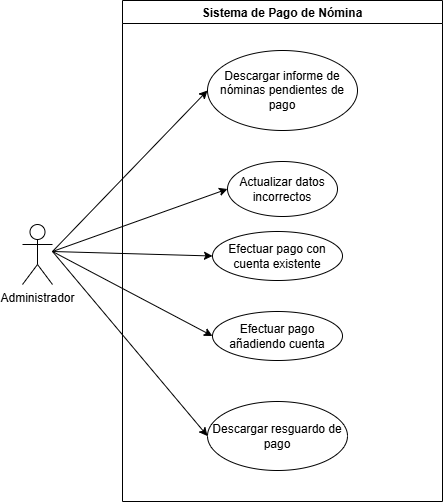
Above: assets/CasosDeUsoPagoNominas.png in gis-ir/IR2425-G1-17 (draw.io), before the change. Source tidied: cells renumbered, new cells last; positions are measured from the earlier drawing's top-left corner, leaving out a move shared by most shapes. The source it was exported from:
```xml
<mxGraphModel>
  <root>
    <mxCell id="0" />
    <mxCell id="1" parent="0" />
    <mxCell id="2" value="Administrador" style="shape=umlActor;verticalLabelPosition=bottom;verticalAlign=top;html=1;" parent="1" vertex="1">
      <mxGeometry y="224" width="30" height="60" as="geometry" />
    </mxCell>
    <mxCell id="3" value="Sistema de Pago de Nómina" style="swimlane;startSize=23;" parent="1" vertex="1">
      <mxGeometry x="100" width="320" height="501" as="geometry" />
    </mxCell>
    <mxCell id="4" value="Descargar informe de nóminas pendientes de pago" style="ellipse;whiteSpace=wrap;html=1;align=center;newEdgeStyle={&quot;edgeStyle&quot;:&quot;entityRelationEdgeStyle&quot;,&quot;startArrow&quot;:&quot;none&quot;,&quot;endArrow&quot;:&quot;none&quot;,&quot;segment&quot;:10,&quot;curved&quot;:1,&quot;sourcePerimeterSpacing&quot;:0,&quot;targetPerimeterSpacing&quot;:0};" parent="3" vertex="1">
      <mxGeometry x="85" y="50" width="150" height="80" as="geometry" />
    </mxCell>
    <mxCell id="5" value="Actualizar datos incorrectos" style="ellipse;whiteSpace=wrap;html=1;align=center;newEdgeStyle={&quot;edgeStyle&quot;:&quot;entityRelationEdgeStyle&quot;,&quot;startArrow&quot;:&quot;none&quot;,&quot;endArrow&quot;:&quot;none&quot;,&quot;segment&quot;:10,&quot;curved&quot;:1,&quot;sourcePerimeterSpacing&quot;:0,&quot;targetPerimeterSpacing&quot;:0};" parent="3" vertex="1">
      <mxGeometry x="105" y="161" width="110" height="55" as="geometry" />
    </mxCell>
    <mxCell id="6" value="Efectuar pago con cuenta existente" style="ellipse;whiteSpace=wrap;html=1;align=center;newEdgeStyle={&quot;edgeStyle&quot;:&quot;entityRelationEdgeStyle&quot;,&quot;startArrow&quot;:&quot;none&quot;,&quot;endArrow&quot;:&quot;none&quot;,&quot;segment&quot;:10,&quot;curved&quot;:1,&quot;sourcePerimeterSpacing&quot;:0,&quot;targetPerimeterSpacing&quot;:0};" parent="3" vertex="1">
      <mxGeometry x="90" y="231" width="130" height="49" as="geometry" />
    </mxCell>
    <mxCell id="7" value="Descargar resguardo de pago" style="ellipse;whiteSpace=wrap;html=1;align=center;newEdgeStyle={&quot;edgeStyle&quot;:&quot;entityRelationEdgeStyle&quot;,&quot;startArrow&quot;:&quot;none&quot;,&quot;endArrow&quot;:&quot;none&quot;,&quot;segment&quot;:10,&quot;curved&quot;:1,&quot;sourcePerimeterSpacing&quot;:0,&quot;targetPerimeterSpacing&quot;:0};" parent="3" vertex="1">
      <mxGeometry x="85" y="401" width="140" height="69" as="geometry" />
    </mxCell>
    <mxCell id="8" value="Efectuar pago añadiendo cuenta" style="ellipse;whiteSpace=wrap;html=1;align=center;newEdgeStyle={&quot;edgeStyle&quot;:&quot;entityRelationEdgeStyle&quot;,&quot;startArrow&quot;:&quot;none&quot;,&quot;endArrow&quot;:&quot;none&quot;,&quot;segment&quot;:10,&quot;curved&quot;:1,&quot;sourcePerimeterSpacing&quot;:0,&quot;targetPerimeterSpacing&quot;:0};" parent="3" vertex="1">
      <mxGeometry x="90" y="311" width="130" height="49" as="geometry" />
    </mxCell>
    <mxCell id="9" style="endArrow=classic;html=1;rounded=0;entryX=0;entryY=0.5;entryDx=0;entryDy=0;" parent="1" edge="1" target="4">
      <mxGeometry relative="1" as="geometry">
        <mxPoint x="30" y="251" as="sourcePoint" />
      </mxGeometry>
    </mxCell>
    <mxCell id="10" style="endArrow=classic;html=1;rounded=0;entryX=0;entryY=0.5;entryDx=0;entryDy=0;" parent="1" edge="1" target="5">
      <mxGeometry relative="1" as="geometry">
        <mxPoint x="30" y="251" as="sourcePoint" />
      </mxGeometry>
    </mxCell>
    <mxCell id="11" style="endArrow=classic;html=1;rounded=0;entryX=0;entryY=0.5;entryDx=0;entryDy=0;" parent="1" edge="1" target="6">
      <mxGeometry relative="1" as="geometry">
        <mxPoint x="30" y="251" as="sourcePoint" />
      </mxGeometry>
    </mxCell>
    <mxCell id="12" style="endArrow=classic;html=1;rounded=0;entryX=0;entryY=0.5;entryDx=0;entryDy=0;" parent="1" edge="1" target="7">
      <mxGeometry relative="1" as="geometry">
        <mxPoint x="30" y="251" as="sourcePoint" />
      </mxGeometry>
    </mxCell>
    <mxCell id="13" style="endArrow=classic;html=1;rounded=0;entryX=0;entryY=0.5;entryDx=0;entryDy=0;" parent="1" edge="1" target="8">
      <mxGeometry relative="1" as="geometry">
        <mxPoint x="30" y="251" as="sourcePoint" />
      </mxGeometry>
    </mxCell>
  </root>
</mxGraphModel>
```
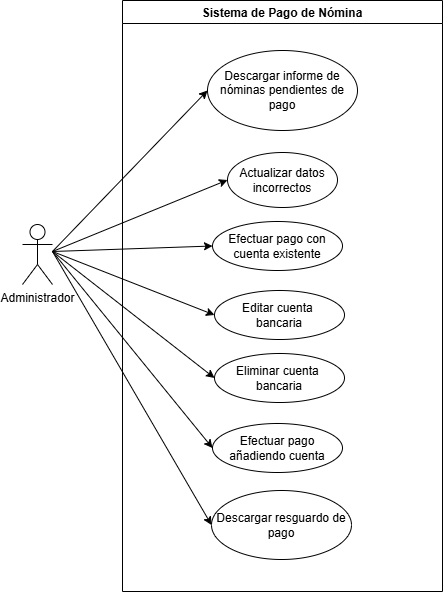
The same file after the commit.

Diff of the diagram source:
```diff
@@ -6,22 +6,22 @@
       <mxGeometry y="224" width="30" height="60" as="geometry" />
     </mxCell>
     <mxCell id="3" value="Sistema de Pago de Nómina" style="swimlane;startSize=23;" parent="1" vertex="1">
-      <mxGeometry x="100" width="320" height="501" as="geometry" />
+      <mxGeometry x="100" width="320" height="591" as="geometry" />
     </mxCell>
     <mxCell id="4" value="Descargar informe de nóminas pendientes de pago" style="ellipse;whiteSpace=wrap;html=1;align=center;newEdgeStyle={&quot;edgeStyle&quot;:&quot;entityRelationEdgeStyle&quot;,&quot;startArrow&quot;:&quot;none&quot;,&quot;endArrow&quot;:&quot;none&quot;,&quot;segment&quot;:10,&quot;curved&quot;:1,&quot;sourcePerimeterSpacing&quot;:0,&quot;targetPerimeterSpacing&quot;:0};" parent="3" vertex="1">
       <mxGeometry x="85" y="50" width="150" height="80" as="geometry" />
     </mxCell>
     <mxCell id="5" value="Actualizar datos incorrectos" style="ellipse;whiteSpace=wrap;html=1;align=center;newEdgeStyle={&quot;edgeStyle&quot;:&quot;entityRelationEdgeStyle&quot;,&quot;startArrow&quot;:&quot;none&quot;,&quot;endArrow&quot;:&quot;none&quot;,&quot;segment&quot;:10,&quot;curved&quot;:1,&quot;sourcePerimeterSpacing&quot;:0,&quot;targetPerimeterSpacing&quot;:0};" parent="3" vertex="1">
-      <mxGeometry x="105" y="161" width="110" height="55" as="geometry" />
+      <mxGeometry x="105" y="152" width="110" height="55" as="geometry" />
     </mxCell>
     <mxCell id="6" value="Efectuar pago con cuenta existente" style="ellipse;whiteSpace=wrap;html=1;align=center;newEdgeStyle={&quot;edgeStyle&quot;:&quot;entityRelationEdgeStyle&quot;,&quot;startArrow&quot;:&quot;none&quot;,&quot;endArrow&quot;:&quot;none&quot;,&quot;segment&quot;:10,&quot;curved&quot;:1,&quot;sourcePerimeterSpacing&quot;:0,&quot;targetPerimeterSpacing&quot;:0};" parent="3" vertex="1">
-      <mxGeometry x="90" y="231" width="130" height="49" as="geometry" />
+      <mxGeometry x="90" y="221" width="130" height="49" as="geometry" />
     </mxCell>
     <mxCell id="7" value="Descargar resguardo de pago" style="ellipse;whiteSpace=wrap;html=1;align=center;newEdgeStyle={&quot;edgeStyle&quot;:&quot;entityRelationEdgeStyle&quot;,&quot;startArrow&quot;:&quot;none&quot;,&quot;endArrow&quot;:&quot;none&quot;,&quot;segment&quot;:10,&quot;curved&quot;:1,&quot;sourcePerimeterSpacing&quot;:0,&quot;targetPerimeterSpacing&quot;:0};" parent="3" vertex="1">
-      <mxGeometry x="85" y="401" width="140" height="69" as="geometry" />
+      <mxGeometry x="89" y="490" width="140" height="69" as="geometry" />
     </mxCell>
     <mxCell id="8" value="Efectuar pago añadiendo cuenta" style="ellipse;whiteSpace=wrap;html=1;align=center;newEdgeStyle={&quot;edgeStyle&quot;:&quot;entityRelationEdgeStyle&quot;,&quot;startArrow&quot;:&quot;none&quot;,&quot;endArrow&quot;:&quot;none&quot;,&quot;segment&quot;:10,&quot;curved&quot;:1,&quot;sourcePerimeterSpacing&quot;:0,&quot;targetPerimeterSpacing&quot;:0};" parent="3" vertex="1">
-      <mxGeometry x="90" y="311" width="130" height="49" as="geometry" />
+      <mxGeometry x="90" y="423" width="130" height="49" as="geometry" />
     </mxCell>
     <mxCell id="9" style="endArrow=classic;html=1;rounded=0;entryX=0;entryY=0.5;entryDx=0;entryDy=0;" parent="1" edge="1" target="4">
       <mxGeometry relative="1" as="geometry">
@@ -48,5 +48,21 @@
         <mxPoint x="30" y="251" as="sourcePoint" />
       </mxGeometry>
     </mxCell>
+    <mxCell id="14" value="Editar cuenta&amp;nbsp;&lt;div&gt;bancaria&lt;/div&gt;" style="ellipse;whiteSpace=wrap;html=1;align=center;newEdgeStyle={&quot;edgeStyle&quot;:&quot;entityRelationEdgeStyle&quot;,&quot;startArrow&quot;:&quot;none&quot;,&quot;endArrow&quot;:&quot;none&quot;,&quot;segment&quot;:10,&quot;curved&quot;:1,&quot;sourcePerimeterSpacing&quot;:0,&quot;targetPerimeterSpacing&quot;:0};" parent="1" vertex="1">
+      <mxGeometry x="192" y="290" width="130" height="49" as="geometry" />
+    </mxCell>
+    <mxCell id="15" value="Eliminar cuenta&amp;nbsp;&lt;div&gt;bancaria&lt;/div&gt;" style="ellipse;whiteSpace=wrap;html=1;align=center;newEdgeStyle={&quot;edgeStyle&quot;:&quot;entityRelationEdgeStyle&quot;,&quot;startArrow&quot;:&quot;none&quot;,&quot;endArrow&quot;:&quot;none&quot;,&quot;segment&quot;:10,&quot;curved&quot;:1,&quot;sourcePerimeterSpacing&quot;:0,&quot;targetPerimeterSpacing&quot;:0};" parent="1" vertex="1">
+      <mxGeometry x="192" y="353" width="130" height="49" as="geometry" />
+    </mxCell>
+    <mxCell id="16" style="endArrow=classic;html=1;rounded=0;entryX=0;entryY=0.5;entryDx=0;entryDy=0;" parent="1" edge="1" target="14">
+      <mxGeometry relative="1" as="geometry">
+        <mxPoint x="30" y="251" as="sourcePoint" />
+      </mxGeometry>
+    </mxCell>
+    <mxCell id="17" style="endArrow=classic;html=1;rounded=0;entryX=0;entryY=0.5;entryDx=0;entryDy=0;" parent="1" edge="1" target="15">
+      <mxGeometry relative="1" as="geometry">
+        <mxPoint x="30" y="251" as="sourcePoint" />
+      </mxGeometry>
+    </mxCell>
   </root>
 </mxGraphModel>
```
